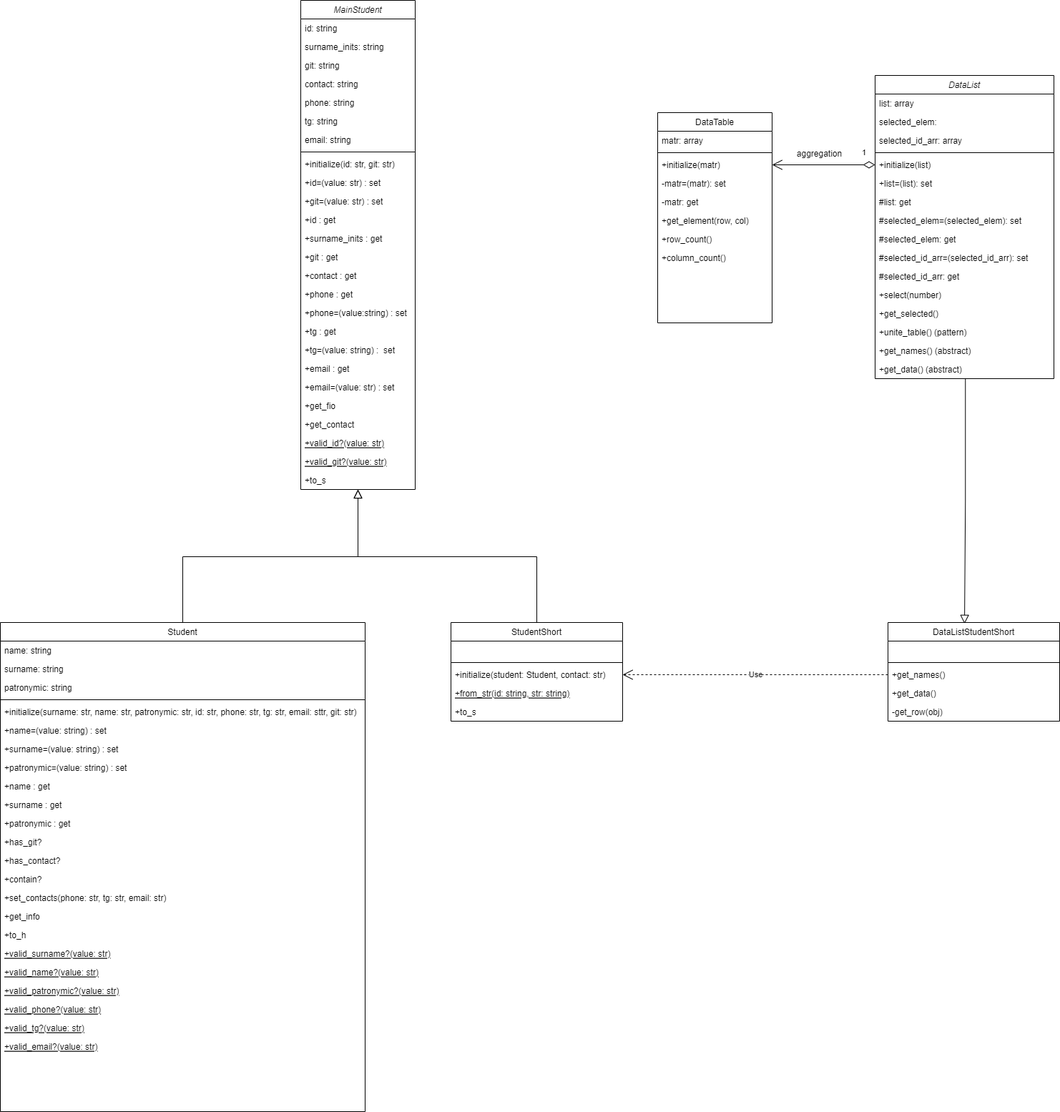
The draw.io diagram Students/ruby_student.png in SDaKko/Ruby_exercises, before a commit. Source tidied: cells renumbered, new cells last; positions are measured from the earlier drawing's top-left corner, leaving out a move shared by most shapes.
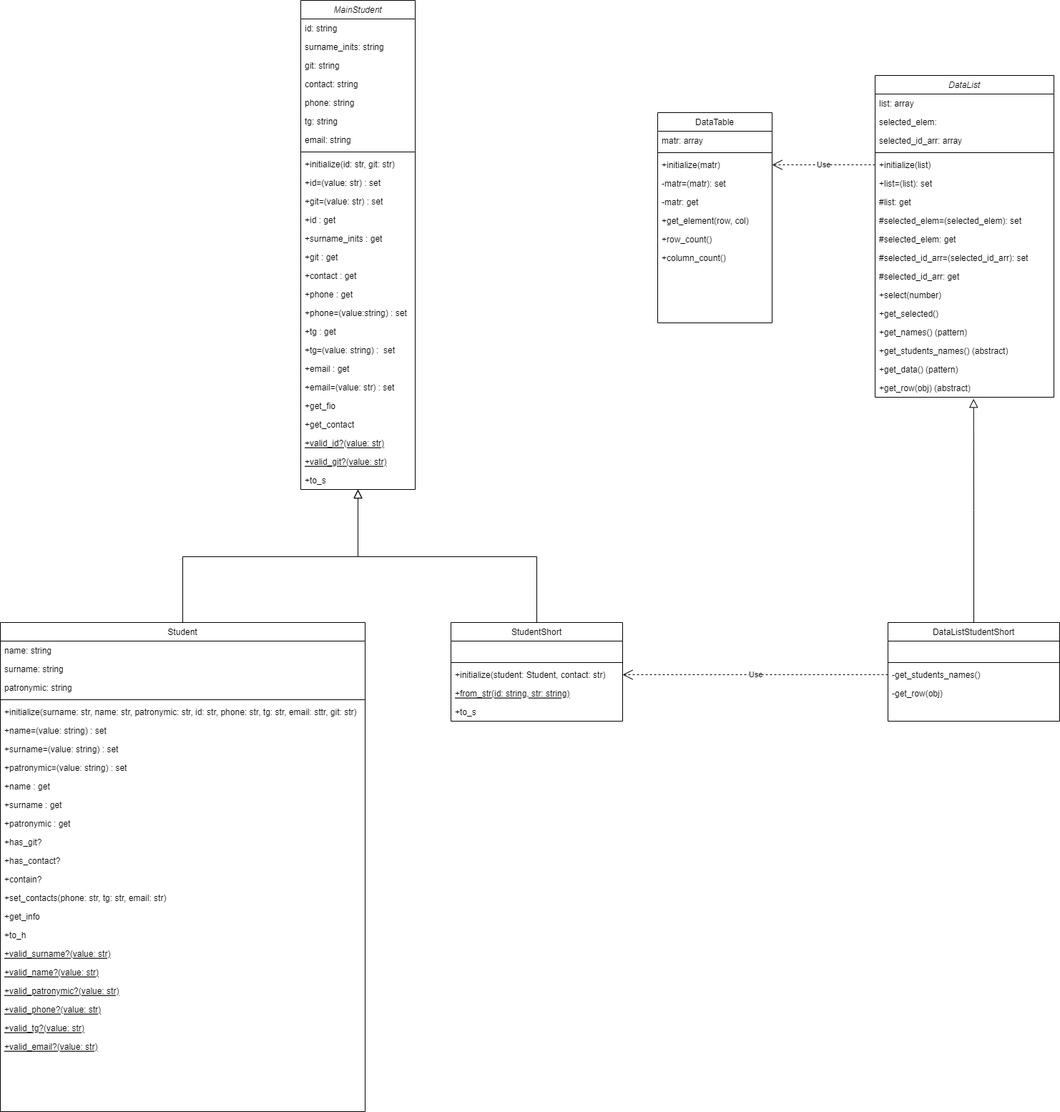
The same file after the commit.

Commit message:
Лаб4.Задание1.10 Изменения в диаграмме классов

Diff of the diagram source:
```diff
@@ -3,7 +3,7 @@
     <mxCell id="0" />
     <mxCell id="1" parent="0" />
     <mxCell id="2" value="DataList" style="swimlane;fontStyle=2;align=center;verticalAlign=top;horizontal=1;startSize=26;rounded=0;shadow=0;strokeWidth=1;" parent="1" vertex="1">
-      <mxGeometry x="1223" y="105" width="250" height="424" as="geometry" />
+      <mxGeometry x="1223" y="105" width="250" height="450" as="geometry" />
     </mxCell>
     <mxCell id="3" value="list: array" style="text;align=left;verticalAlign=top;spacingLeft=4;spacingRight=4;overflow=hidden;" parent="2" vertex="1">
       <mxGeometry y="26" width="250" height="26" as="geometry" />
@@ -44,15 +44,18 @@
     <mxCell id="15" value="+get_selected()" style="text;align=left;verticalAlign=top;spacingLeft=4;spacingRight=4;overflow=hidden;" parent="2" vertex="1">
       <mxGeometry y="320" width="250" height="26" as="geometry" />
     </mxCell>
-    <mxCell id="16" value="+unite_table() (pattern)" style="text;align=left;verticalAlign=top;spacingLeft=4;spacingRight=4;overflow=hidden;" parent="2" vertex="1">
-      <mxGeometry y="346" width="250" height="26" as="geometry" />
-    </mxCell>
-    <mxCell id="17" value="+get_names() (abstract)" style="text;align=left;verticalAlign=top;spacingLeft=4;spacingRight=4;overflow=hidden;" parent="2" vertex="1">
-      <mxGeometry y="372" width="250" height="26" as="geometry" />
+    <mxCell id="17" value="+get_names() (pattern)" style="text;align=left;verticalAlign=top;spacingLeft=4;spacingRight=4;overflow=hidden;" parent="2" vertex="1">
+      <mxGeometry y="346" width="250" height="26" as="geometry" />
     </mxCell>
+    <mxCell id="99" value="+get_students_names() (abstract)" style="text;align=left;verticalAlign=top;spacingLeft=4;spacingRight=4;overflow=hidden;" parent="2" vertex="1">
+      <mxGeometry y="372" width="250" height="26" as="geometry" />
+    </mxCell>
-    <mxCell id="18" value="+get_data() (abstract)" style="text;align=left;verticalAlign=top;spacingLeft=4;spacingRight=4;overflow=hidden;points=[[0,0.5],[1,0.5]];portConstraint=eastwest;" parent="2" vertex="1">
+    <mxCell id="18" value="+get_data() (pattern)" style="text;align=left;verticalAlign=top;spacingLeft=4;spacingRight=4;overflow=hidden;points=[[0,0.5],[1,0.5]];portConstraint=eastwest;" parent="2" vertex="1">
       <mxGeometry y="398" width="250" height="26" as="geometry" />
     </mxCell>
+    <mxCell id="100" value="+get_row(obj) (abstract)" style="text;align=left;verticalAlign=top;spacingLeft=4;spacingRight=4;overflow=hidden;points=[[0,0.5],[1,0.5]];portConstraint=eastwest;" parent="2" vertex="1">
+      <mxGeometry y="424" width="250" height="26" as="geometry" />
+    </mxCell>
     <mxCell id="19" value="DataTable" style="swimlane;fontStyle=0;align=center;verticalAlign=top;horizontal=1;startSize=26;rounded=0;shadow=0;strokeWidth=1;" parent="1" vertex="1">
       <mxGeometry x="919" y="157" width="160" height="294" as="geometry" />
     </mxCell>
@@ -86,7 +89,7 @@
     <mxCell id="29" style="text;align=left;verticalAlign=top;spacingLeft=4;spacingRight=4;overflow=hidden;" parent="19" vertex="1">
       <mxGeometry y="242" width="160" height="26" as="geometry" />
     </mxCell>
-    <mxCell id="30" style="endArrow=block;endSize=10;endFill=0;shadow=0;strokeWidth=1;rounded=0;edgeStyle=elbowEdgeStyle;elbow=vertical;entryX=0.446;entryY=0.013;entryDx=0;entryDy=0;entryPerimeter=0;exitX=0.505;exitY=1.01;exitDx=0;exitDy=0;exitPerimeter=0;" parent="1" edge="1" source="18" target="31">
+    <mxCell id="30" style="endArrow=block;endSize=10;endFill=0;shadow=0;strokeWidth=1;rounded=0;edgeStyle=elbowEdgeStyle;elbow=vertical;exitX=0.5;exitY=0;exitDx=0;exitDy=0;entryX=0.551;entryY=1.085;entryDx=0;entryDy=0;entryPerimeter=0;" parent="1" edge="1" source="31" target="100">
       <mxGeometry relative="1" as="geometry" />
     </mxCell>
     <mxCell id="31" value="DataListStudentShort" style="swimlane;fontStyle=0;align=center;verticalAlign=top;horizontal=1;startSize=26;rounded=0;shadow=0;strokeWidth=1;" parent="1" vertex="1">
@@ -98,14 +101,11 @@
     <mxCell id="33" style="line;html=1;strokeWidth=1;align=left;verticalAlign=middle;spacingTop=-1;spacingLeft=3;spacingRight=3;labelPosition=right;" parent="31" vertex="1">
       <mxGeometry y="52" width="240" height="8" as="geometry" />
     </mxCell>
-    <mxCell id="34" value="+get_names()" style="text;align=left;verticalAlign=top;spacingLeft=4;spacingRight=4;overflow=hidden;points=[[0,0.5],[1,0.5]];portConstraint=eastwest;" parent="31" vertex="1">
+    <mxCell id="34" value="-get_students_names()" style="text;align=left;verticalAlign=top;spacingLeft=4;spacingRight=4;overflow=hidden;points=[[0,0.5],[1,0.5]];portConstraint=eastwest;" parent="31" vertex="1">
       <mxGeometry y="60" width="240" height="26" as="geometry" />
     </mxCell>
-    <mxCell id="35" value="+get_data()" style="text;align=left;verticalAlign=top;spacingLeft=4;spacingRight=4;overflow=hidden;fontStyle=0;" parent="31" vertex="1">
-      <mxGeometry y="86" width="240" height="26" as="geometry" />
-    </mxCell>
     <mxCell id="36" value="-get_row(obj)" style="text;align=left;verticalAlign=top;spacingLeft=4;spacingRight=4;overflow=hidden;" parent="31" vertex="1">
-      <mxGeometry y="112" width="240" height="26" as="geometry" />
+      <mxGeometry y="86" width="240" height="26" as="geometry" />
     </mxCell>
     <mxCell id="37" value="MainStudent" style="swimlane;fontStyle=2;align=center;verticalAlign=top;horizontal=1;startSize=26;rounded=0;shadow=0;strokeWidth=1;" parent="1" vertex="1">
       <mxGeometry x="420" width="160" height="684" as="geometry" />
@@ -284,14 +284,11 @@
     <mxCell id="95" value="+to_s" style="text;align=left;verticalAlign=top;spacingLeft=4;spacingRight=4;overflow=hidden;" parent="90" vertex="1">
       <mxGeometry y="112" width="240" height="26" as="geometry" />
     </mxCell>
+    <mxCell id="98" value="Use" style="endArrow=open;endSize=12;dashed=1;html=1;rounded=0;exitX=0;exitY=0.5;exitDx=0;exitDy=0;entryX=1;entryY=0.5;entryDx=0;entryDy=0;" parent="1" edge="1" source="34" target="93">
+      <mxGeometry relative="1" as="geometry" />
+    </mxCell>
-    <mxCell id="96" value="1" style="endArrow=open;html=1;endSize=12;startArrow=diamondThin;startSize=14;startFill=0;edgeStyle=orthogonalEdgeStyle;align=left;verticalAlign=bottom;rounded=0;exitX=0;exitY=0.5;exitDx=0;exitDy=0;entryX=1;entryY=0.5;entryDx=0;entryDy=0;" parent="1" edge="1" source="7" target="22">
-      <mxGeometry x="-0.72" y="-8" relative="1" as="geometry" />
+    <mxCell id="96" value="Use" style="endArrow=open;endSize=12;dashed=1;html=1;rounded=0;exitX=0;exitY=0.5;exitDx=0;exitDy=0;entryX=1;entryY=0.5;entryDx=0;entryDy=0;" parent="1" edge="1" source="7" target="22">
+      <mxGeometry relative="1" as="geometry" />
     </mxCell>
-    <mxCell id="97" value="aggregation" style="text;html=1;align=center;verticalAlign=middle;strokeColor=none;fillColor=none;" parent="1" vertex="1">
-      <mxGeometry x="1104" y="202" width="81" height="26" as="geometry" />
-    </mxCell>
-    <mxCell id="98" value="Use" style="endArrow=open;endSize=12;dashed=1;html=1;rounded=0;exitX=0;exitY=0.5;exitDx=0;exitDy=0;entryX=1;entryY=0.5;entryDx=0;entryDy=0;" parent="1" edge="1" source="34" target="93">
-      <mxGeometry relative="1" as="geometry" />
-    </mxCell>
   </root>
 </mxGraphModel>
```
